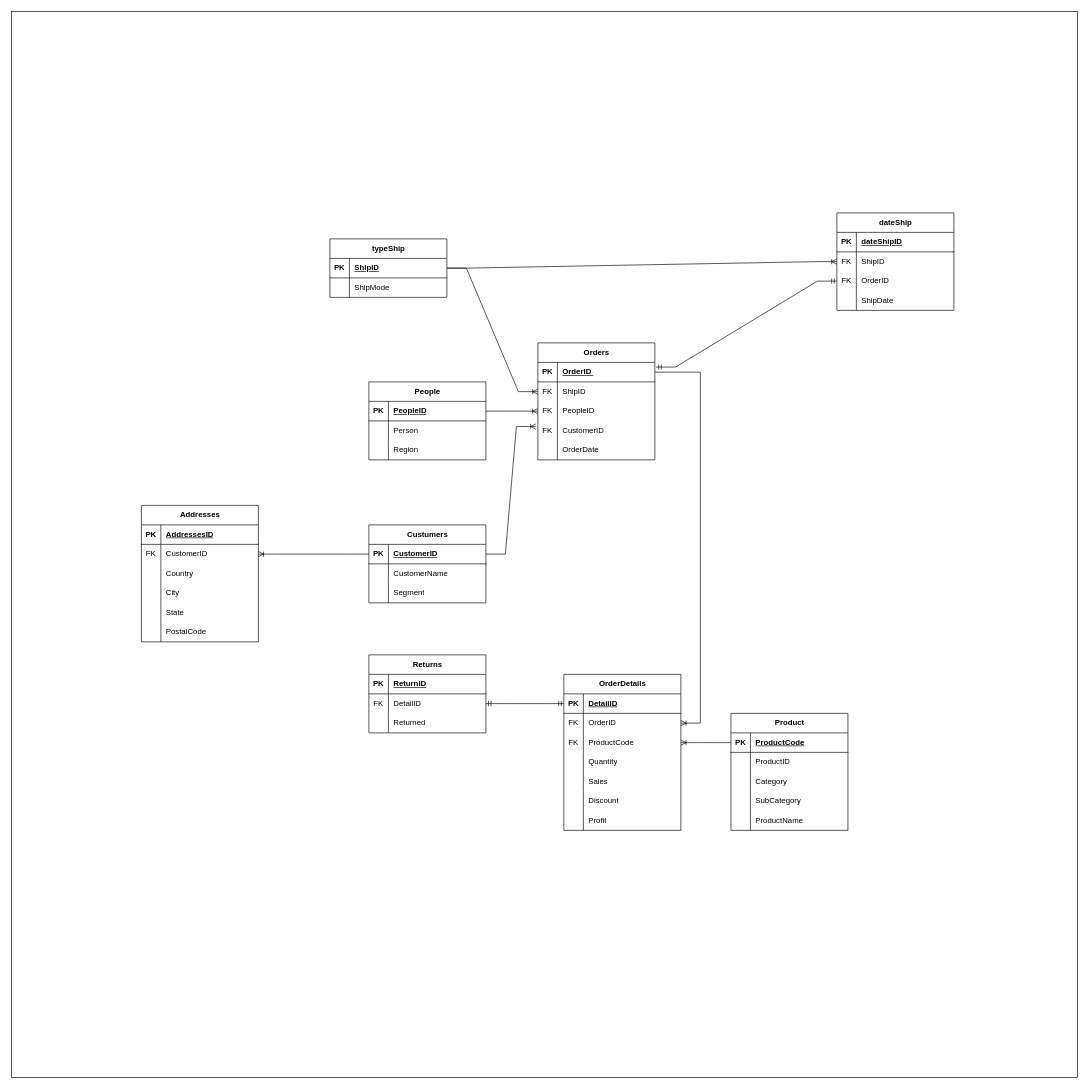
Earlier version of the draw.io diagram erdNewDB.drawio (Anna-Urzhumtseva/superstore-db-migration). Source tidied: cells renumbered, new cells numbered last; positions are measured from the earlier drawing's top-left corner, leaving out a move shared by most shapes. Both pictures are drawn from the tidied source at 65%, with x=0, y=0 at pixel (11, 11).
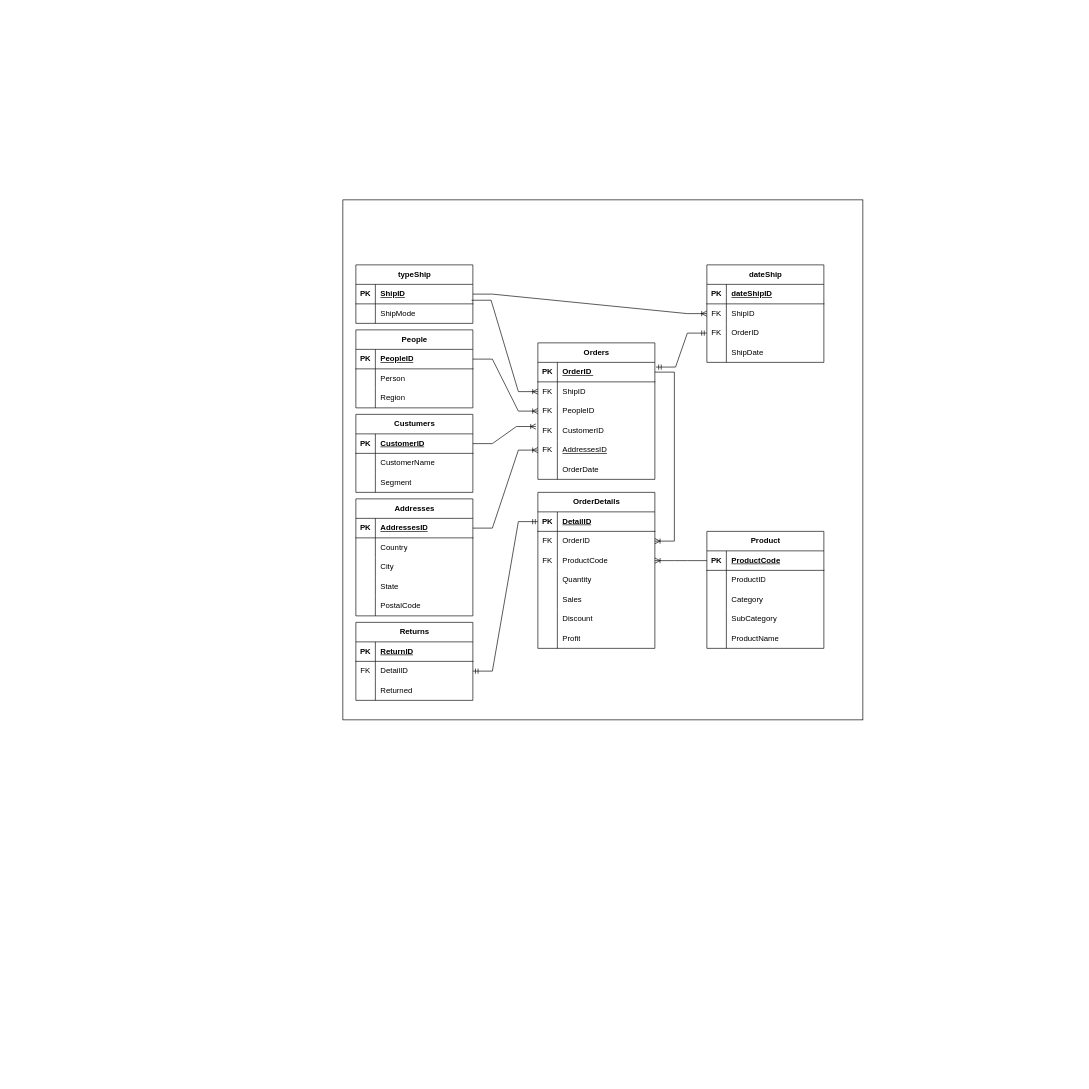
The same diagram, later.

Commit message (it also covers changes not shown here):
изменение в erd .png и .drawio

The change refers to these unchanged cells:
```xml
<mxCell id="57" style="shape=tableRow;horizontal=0;startSize=0;swimlaneHead=0;swimlaneBody=0;fillColor=none;points=[[0,0.5],[1,0.5]];portConstraint=eastwest;top=0;left=0;right=0;bottom=0;" parent="53" vertex="1">
  <mxGeometry y="60" width="180" height="30" as="geometry" />
</mxCell>
<mxCell id="82" style="shape=tableRow;horizontal=0;startSize=0;swimlaneHead=0;swimlaneBody=0;fillColor=none;points=[[0,0.5],[1,0.5]];portConstraint=eastwest;top=0;left=0;right=0;bottom=1;" parent="81" vertex="1">
  <mxGeometry y="30" width="180" height="30" as="geometry" />
</mxCell>
<mxCell id="93" style="shape=tableRow;horizontal=0;startSize=0;swimlaneHead=0;swimlaneBody=0;fillColor=none;points=[[0,0.5],[1,0.5]];portConstraint=eastwest;top=0;left=0;right=0;bottom=1;" parent="92" vertex="1">
  <mxGeometry y="30" width="180" height="30" as="geometry" />
</mxCell>
<mxCell id="113" style="shape=tableRow;horizontal=0;startSize=0;swimlaneHead=0;swimlaneBody=0;fillColor=none;points=[[0,0.5],[1,0.5]];portConstraint=eastwest;top=0;left=0;right=0;bottom=1;" parent="112" vertex="1">
  <mxGeometry y="30" width="180" height="30" as="geometry" />
</mxCell>
```

Change to the diagram source:
```diff
@@
     <mxCell id="2" style="whiteSpace=wrap;html=1;imageAspect=1;" parent="1" vertex="1">
-      <mxGeometry width="1640" height="1640" as="geometry" />
+      <mxGeometry x="510" y="290" width="800" height="800" as="geometry" />
     </mxCell>
     <mxCell id="3" value="Returns" style="shape=table;startSize=30;childLayout=tableLayout;rowLines=0;fontStyle=1;align=center;html=1;" parent="1" vertex="1">
-      <mxGeometry x="550" y="990" width="180" height="120" as="geometry" />
+      <mxGeometry x="530" y="940" width="180" height="120" as="geometry" />
     </mxCell>
@@
     <mxCell id="13" value="OrderDetails" style="shape=table;startSize=30;childLayout=tableLayout;rowLines=0;fontStyle=1;align=center;html=1;" parent="1" vertex="1">
-      <mxGeometry x="850" y="1020" width="180" height="240" as="geometry" />
+      <mxGeometry x="810" y="740" width="180" height="240" as="geometry" />
     </mxCell>
@@
     <mxCell id="36" value="Product" style="shape=table;startSize=30;childLayout=tableLayout;rowLines=0;fontStyle=1;align=center;html=1;" parent="1" vertex="1">
-      <mxGeometry x="1107" y="1080" width="180" height="180" as="geometry" />
+      <mxGeometry x="1070" y="800" width="180" height="180" as="geometry" />
     </mxCell>
@@
     <mxCell id="53" value="Orders" style="shape=table;startSize=30;childLayout=tableLayout;rowLines=0;fontStyle=1;align=center;html=1;" parent="1" vertex="1">
-      <mxGeometry x="810" y="510" width="180" height="180" as="geometry" />
+      <mxGeometry x="810" y="510" width="180" height="210" as="geometry" />
     </mxCell>
@@
+    <mxCell id="135" style="shape=tableRow;horizontal=0;startSize=0;swimlaneHead=0;swimlaneBody=0;fillColor=none;points=[[0,0.5],[1,0.5]];portConstraint=eastwest;top=0;left=0;right=0;bottom=0;" parent="53" vertex="1">
+      <mxGeometry y="150" width="180" height="30" as="geometry" />
+    </mxCell>
+    <mxCell id="97" value="FK" style="shape=partialRectangle;fillColor=none;top=0;left=0;bottom=0;right=0;overflow=hidden;whiteSpace=wrap;html=1;" parent="135" vertex="1">
+      <mxGeometry width="30" height="30" as="geometry" />
+    </mxCell>
+    <mxCell id="136" value="&lt;span style=&quot;text-decoration: underline;&quot;&gt;AddressesID&lt;/span&gt;" style="shape=partialRectangle;fillColor=none;top=0;left=0;bottom=0;right=0;align=left;spacingLeft=6;overflow=hidden;whiteSpace=wrap;html=1;" parent="135" vertex="1">
+      <mxGeometry x="30" width="150" height="30" as="geometry" />
+    </mxCell>
     <mxCell id="66" style="shape=tableRow;horizontal=0;startSize=0;swimlaneHead=0;swimlaneBody=0;fillColor=none;top=0;left=0;right=0;bottom=0;" parent="53" vertex="1">
-      <mxGeometry y="150" width="180" height="30" as="geometry" />
+      <mxGeometry y="180" width="180" height="30" as="geometry" />
     </mxCell>
@@
     <mxCell id="70" value="People" style="shape=table;startSize=30;childLayout=tableLayout;rowLines=0;fontStyle=1;align=center;html=1;" parent="1" vertex="1">
-      <mxGeometry x="550" y="570" width="180" height="120" as="geometry" />
+      <mxGeometry x="530" y="490" width="180" height="120" as="geometry" />
     </mxCell>
@@
     <mxCell id="81" value="Custumers" style="shape=table;startSize=30;childLayout=tableLayout;rowLines=0;fontStyle=1;align=center;html=1;" parent="1" vertex="1">
-      <mxGeometry x="550" y="790" width="180" height="120" as="geometry" />
+      <mxGeometry x="530" y="620" width="180" height="120" as="geometry" />
     </mxCell>
@@
     <mxCell id="92" value="Addresses" style="shape=table;startSize=30;childLayout=tableLayout;rowLines=0;fontStyle=1;align=center;html=1;" parent="1" vertex="1">
-      <mxGeometry x="200" y="760" width="180" height="210" as="geometry" />
+      <mxGeometry x="530" y="750" width="180" height="180" as="geometry" />
     </mxCell>
@@
-    <mxCell id="96" style="shape=tableRow;horizontal=0;startSize=0;swimlaneHead=0;swimlaneBody=0;fillColor=none;points=[[0,0.5],[1,0.5]];portConstraint=eastwest;top=0;left=0;right=0;bottom=0;" parent="92" vertex="1">
-      <mxGeometry y="60" width="180" height="30" as="geometry" />
-    </mxCell>
-    <mxCell id="97" value="FK" style="shape=partialRectangle;fillColor=none;top=0;left=0;bottom=0;right=0;overflow=hidden;whiteSpace=wrap;html=1;" parent="96" vertex="1">
-      <mxGeometry width="30" height="30" as="geometry" />
-    </mxCell>
-    <mxCell id="98" value="CustomerID" style="shape=partialRectangle;fillColor=none;top=0;left=0;bottom=0;right=0;align=left;spacingLeft=6;overflow=hidden;whiteSpace=wrap;html=1;" parent="96" vertex="1">
-      <mxGeometry x="30" width="150" height="30" as="geometry" />
-    </mxCell>
     <mxCell id="99" style="shape=tableRow;horizontal=0;startSize=0;swimlaneHead=0;swimlaneBody=0;fillColor=none;top=0;left=0;right=0;bottom=0;" parent="92" vertex="1">
-      <mxGeometry y="90" width="180" height="30" as="geometry" />
+      <mxGeometry y="60" width="180" height="30" as="geometry" />
     </mxCell>
@@
     <mxCell id="102" style="shape=tableRow;horizontal=0;startSize=0;swimlaneHead=0;swimlaneBody=0;fillColor=none;top=0;left=0;right=0;bottom=0;" parent="92" vertex="1">
-      <mxGeometry y="120" width="180" height="30" as="geometry" />
+      <mxGeometry y="90" width="180" height="30" as="geometry" />
     </mxCell>
@@
     <mxCell id="105" style="shape=tableRow;horizontal=0;startSize=0;swimlaneHead=0;swimlaneBody=0;fillColor=none;top=0;left=0;right=0;bottom=0;" parent="92" vertex="1">
-      <mxGeometry y="150" width="180" height="30" as="geometry" />
+      <mxGeometry y="120" width="180" height="30" as="geometry" />
     </mxCell>
@@
     <mxCell id="108" style="shape=tableRow;horizontal=0;startSize=0;swimlaneHead=0;swimlaneBody=0;fillColor=none;top=0;left=0;right=0;bottom=0;" parent="92" vertex="1">
-      <mxGeometry y="180" width="180" height="30" as="geometry" />
+      <mxGeometry y="150" width="180" height="30" as="geometry" />
     </mxCell>
@@
-    <mxCell id="111" style="edgeStyle=entityRelationEdgeStyle;fontSize=12;html=1;endArrow=ERoneToMany;rounded=0;exitX=0;exitY=0.5;exitDx=0;exitDy=0;" parent="1" edge="1" source="82" target="96">
-      <mxGeometry relative="1" as="geometry" />
-    </mxCell>
     <mxCell id="112" value="typeShip" style="shape=table;startSize=30;childLayout=tableLayout;rowLines=0;fontStyle=1;align=center;html=1;" parent="1" vertex="1">
-      <mxGeometry x="490" y="350" width="180" height="90" as="geometry" />
+      <mxGeometry x="530" y="390" width="180" height="90" as="geometry" />
     </mxCell>
@@
     <mxCell id="119" value="dateShip" style="shape=table;startSize=30;childLayout=tableLayout;rowLines=0;fontStyle=1;align=center;html=1;" parent="1" vertex="1">
-      <mxGeometry x="1270" y="310" width="180" height="150" as="geometry" />
+      <mxGeometry x="1070" y="390" width="180" height="150" as="geometry" />
     </mxCell>
@@
-    <mxCell id="134" style="edgeStyle=entityRelationEdgeStyle;fontSize=12;html=1;endArrow=ERoneToMany;rounded=0;" parent="1" edge="1" source="113" target="57">
+    <mxCell id="134" style="edgeStyle=entityRelationEdgeStyle;fontSize=12;html=1;endArrow=ERoneToMany;rounded=0;exitX=0.989;exitY=0.814;exitDx=0;exitDy=0;exitPerimeter=0;" parent="1" edge="1" source="113" target="57">
       <mxGeometry relative="1" as="geometry" />
     </mxCell>
+    <mxCell id="137" style="edgeStyle=entityRelationEdgeStyle;fontSize=12;html=1;endArrow=ERoneToMany;rounded=0;" parent="1" edge="1" source="93" target="135">
+      <mxGeometry relative="1" as="geometry" />
+    </mxCell>
```
